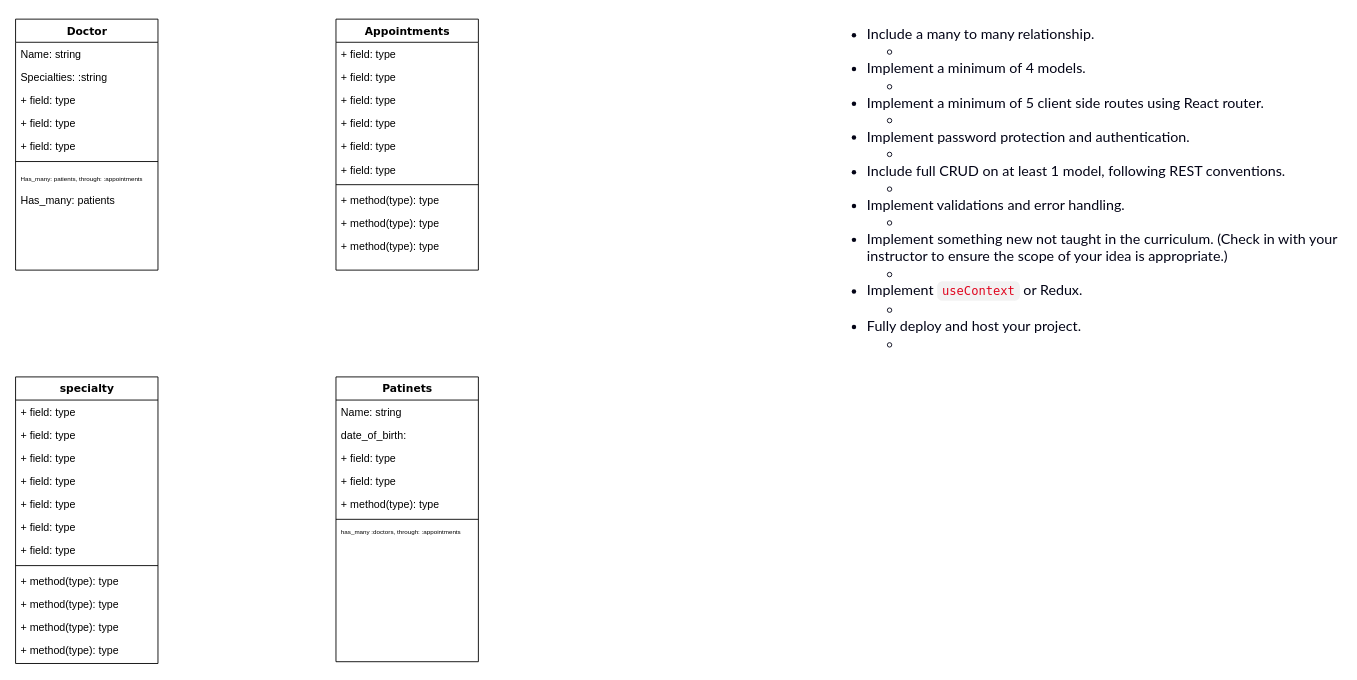
Before: page "Back End" (1 of 2) of Untitled Diagram.drawio in mendelr20/phase-5-project, a draw.io diagram. Source tidied: cells renumbered, new cells numbered last; positions are measured from the earlier drawing's top-left corner, leaving out a move shared by most shapes. Both pictures are drawn from the tidied source at 89%, with x=0, y=0 at pixel (15, 19).
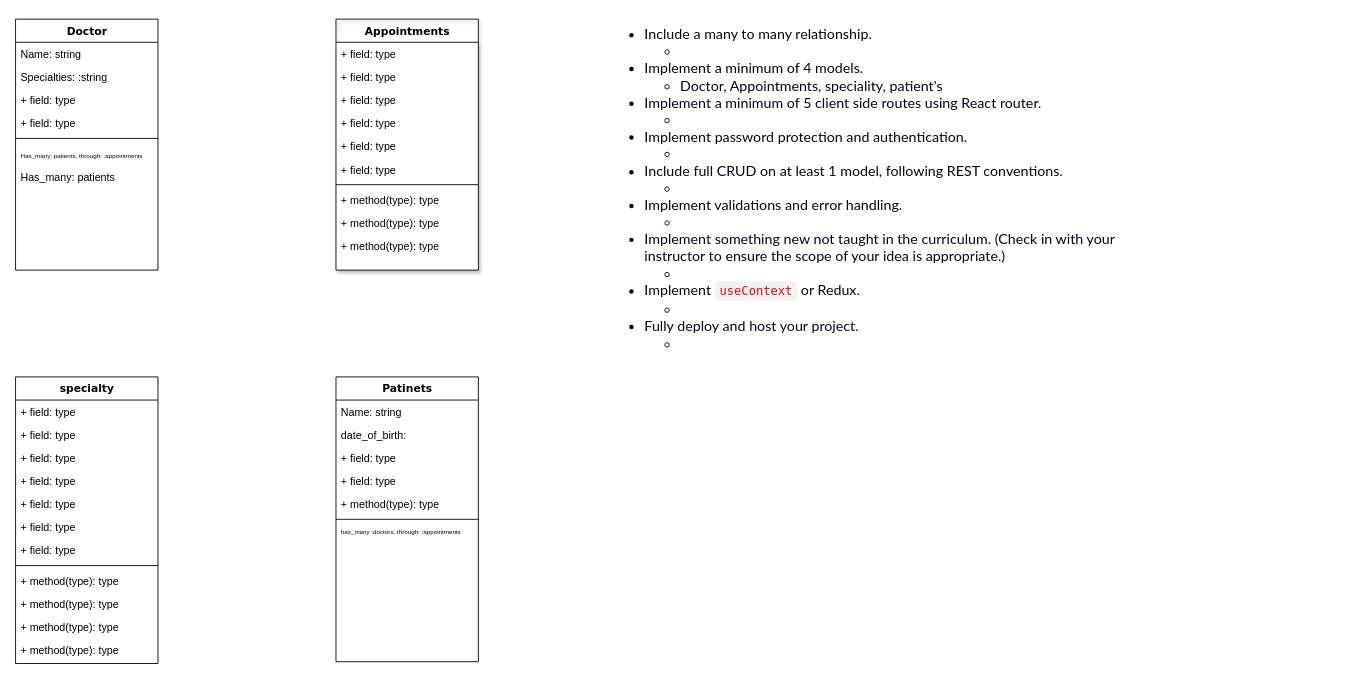
The same diagram, later.

The change refers to these unchanged cells:
```xml
<mxCell id="2" value="Doctor" style="swimlane;html=1;fontStyle=1;align=center;verticalAlign=top;horizontal=1;startSize=26;swimlaneFillColor=#ffffff;rounded=0;shadow=0;comic=0;labelBackgroundColor=none;strokeWidth=1;fillColor=none;fontFamily=Verdana;fontSize=12;" parent="1" vertex="1">
  <mxGeometry width="160" height="282" as="geometry" />
</mxCell>
```

Change to the diagram source:
```diff
@@
-    <mxCell id="5" value="+ field: type" style="text;html=1;strokeColor=none;fillColor=none;align=left;verticalAlign=top;spacingLeft=4;spacingRight=4;whiteSpace=wrap;overflow=hidden;" parent="2" vertex="1">
-      <mxGeometry y="78" width="160" height="26" as="geometry" />
-    </mxCell>
     <mxCell id="6" value="+ field: type" style="text;html=1;strokeColor=none;fillColor=none;align=left;verticalAlign=top;spacingLeft=4;spacingRight=4;whiteSpace=wrap;overflow=hidden;" parent="2" vertex="1">
-      <mxGeometry y="104" width="160" height="26" as="geometry" />
+      <mxGeometry y="78" width="160" height="26" as="geometry" />
     </mxCell>
     <mxCell id="7" value="+ field: type" style="text;html=1;strokeColor=none;fillColor=none;align=left;verticalAlign=top;spacingLeft=4;spacingRight=4;whiteSpace=wrap;overflow=hidden;" parent="2" vertex="1">
-      <mxGeometry y="130" width="160" height="26" as="geometry" />
+      <mxGeometry y="104" width="160" height="26" as="geometry" />
     </mxCell>
     <mxCell id="8" style="line;html=1;strokeWidth=1;fillColor=none;align=left;verticalAlign=middle;spacingTop=-1;spacingLeft=3;spacingRight=3;labelPosition=right;" parent="2" vertex="1">
-      <mxGeometry y="156" width="160" height="8" as="geometry" />
+      <mxGeometry y="130" width="160" height="8" as="geometry" />
     </mxCell>
     <mxCell id="9" value="&lt;font style=&quot;font-size: 7px;&quot;&gt;Has_many:&amp;nbsp;patients, through: :appointments&lt;/font&gt;" style="text;html=1;strokeColor=none;fillColor=none;align=left;verticalAlign=top;spacingLeft=4;spacingRight=4;whiteSpace=wrap;overflow=hidden;" parent="2" vertex="1">
-      <mxGeometry y="164" width="160" height="26" as="geometry" />
+      <mxGeometry y="138" width="160" height="26" as="geometry" />
     </mxCell>
     <mxCell id="10" value="Has_many: patients" style="text;html=1;strokeColor=none;fillColor=none;align=left;verticalAlign=top;spacingLeft=4;spacingRight=4;whiteSpace=wrap;overflow=hidden;" parent="2" vertex="1">
-      <mxGeometry y="190" width="160" height="26" as="geometry" />
+      <mxGeometry y="164" width="160" height="26" as="geometry" />
     </mxCell>
-    <mxCell id="11" value="Appointments" style="swimlane;html=1;fontStyle=1;align=center;verticalAlign=top;horizontal=1;startSize=26;swimlaneFillColor=#ffffff;rounded=0;shadow=0;comic=0;labelBackgroundColor=none;strokeWidth=1;fillColor=none;fontFamily=Verdana;fontSize=12;" parent="1" vertex="1">
+    <mxCell id="11" value="Appointments" style="swimlane;html=1;fontStyle=1;align=center;verticalAlign=top;horizontal=1;startSize=26;swimlaneFillColor=#ffffff;rounded=0;shadow=1;comic=0;labelBackgroundColor=none;strokeWidth=1;fillColor=none;fontFamily=Verdana;fontSize=12;" parent="1" vertex="1">
       <mxGeometry x="360" width="160" height="282" as="geometry" />
     </mxCell>
@@
-    <mxCell id="43" value="&lt;ul style=&quot;padding: 0px; margin: 0px 0px 6px 25px; color: rgb(3, 4, 22); font-family: &amp;quot;Lato Extended&amp;quot;, Lato, &amp;quot;Helvetica Neue&amp;quot;, Helvetica, Arial, sans-serif; font-size: 16px; font-style: normal; font-variant-ligatures: normal; font-variant-caps: normal; font-weight: 400; letter-spacing: normal; orphans: 2; text-align: start; text-indent: 0px; text-transform: none; widows: 2; word-spacing: 0px; -webkit-text-stroke-width: 0px; background-color: rgb(255, 255, 255); text-decoration-thickness: initial; text-decoration-style: initial; text-decoration-color: initial;&quot;&gt;&lt;li&gt;Include a many to many relationship.&lt;/li&gt;&lt;ul&gt;&lt;li&gt;&lt;br&gt;&lt;/li&gt;&lt;/ul&gt;&lt;li&gt;Implement a minimum of 4 models.&lt;/li&gt;&lt;ul&gt;&lt;li&gt;&lt;br&gt;&lt;/li&gt;&lt;/ul&gt;&lt;li&gt;Implement a minimum of 5 client side routes using React router.&lt;/li&gt;&lt;ul&gt;&lt;li&gt;&lt;br&gt;&lt;/li&gt;&lt;/ul&gt;&lt;li&gt;Implement password protection and authentication.&lt;/li&gt;&lt;ul&gt;&lt;li&gt;&lt;br&gt;&lt;/li&gt;&lt;/ul&gt;&lt;li&gt;Include full CRUD on at least 1 model, following REST conventions.&lt;/li&gt;&lt;ul&gt;&lt;li&gt;&lt;br&gt;&lt;/li&gt;&lt;/ul&gt;&lt;li&gt;Implement validations and error handling.&lt;/li&gt;&lt;ul&gt;&lt;li&gt;&lt;br&gt;&lt;/li&gt;&lt;/ul&gt;&lt;li&gt;Implement something new not taught in the curriculum. (Check in with your instructor to ensure the scope of your idea is appropriate.)&lt;/li&gt;&lt;ul&gt;&lt;li&gt;&lt;br&gt;&lt;/li&gt;&lt;/ul&gt;&lt;li&gt;Implement&lt;span&gt;&amp;nbsp;&lt;/span&gt;&lt;code style=&quot;font-family: Monaco, Menlo, Consolas, &amp;quot;Courier New&amp;quot;, monospace; font-size: 13.6px; border-radius: 6px; background-color: rgba(222, 222, 222, 0.4); border: none; padding: 0.2em 0.4em; color: rgb(224, 6, 31); line-height: 1.5;&quot;&gt;useContext&lt;/code&gt;&lt;span&gt;&amp;nbsp;&lt;/span&gt;or Redux.&lt;/li&gt;&lt;ul&gt;&lt;li&gt;&lt;br&gt;&lt;/li&gt;&lt;/ul&gt;&lt;li&gt;Fully deploy and host your project.&lt;/li&gt;&lt;ul&gt;&lt;li&gt;&lt;br&gt;&lt;/li&gt;&lt;/ul&gt;&lt;/ul&gt;" style="text;whiteSpace=wrap;html=1;" parent="1" vertex="1">
-      <mxGeometry x="930" width="560" height="220" as="geometry" />
+    <mxCell id="43" value="&lt;ul style=&quot;padding: 0px; margin: 0px 0px 6px 25px; color: rgb(3, 4, 22); font-family: &amp;quot;Lato Extended&amp;quot;, Lato, &amp;quot;Helvetica Neue&amp;quot;, Helvetica, Arial, sans-serif; font-size: 16px; font-style: normal; font-variant-ligatures: normal; font-variant-caps: normal; font-weight: 400; letter-spacing: normal; orphans: 2; text-align: start; text-indent: 0px; text-transform: none; widows: 2; word-spacing: 0px; -webkit-text-stroke-width: 0px; background-color: rgb(255, 255, 255); text-decoration-thickness: initial; text-decoration-style: initial; text-decoration-color: initial;&quot;&gt;&lt;li&gt;Include a many to many relationship.&lt;/li&gt;&lt;ul&gt;&lt;li&gt;&lt;br&gt;&lt;/li&gt;&lt;/ul&gt;&lt;li&gt;Implement a minimum of 4 models.&lt;/li&gt;&lt;ul&gt;&lt;li&gt;Doctor, Appointments, speciality, patient's&lt;/li&gt;&lt;/ul&gt;&lt;li&gt;Implement a minimum of 5 client side routes using React router.&lt;/li&gt;&lt;ul&gt;&lt;li&gt;&lt;br&gt;&lt;/li&gt;&lt;/ul&gt;&lt;li&gt;Implement password protection and authentication.&lt;/li&gt;&lt;ul&gt;&lt;li&gt;&lt;br&gt;&lt;/li&gt;&lt;/ul&gt;&lt;li&gt;Include full CRUD on at least 1 model, following REST conventions.&lt;/li&gt;&lt;ul&gt;&lt;li&gt;&lt;br&gt;&lt;/li&gt;&lt;/ul&gt;&lt;li&gt;Implement validations and error handling.&lt;/li&gt;&lt;ul&gt;&lt;li&gt;&lt;br&gt;&lt;/li&gt;&lt;/ul&gt;&lt;li&gt;Implement something new not taught in the curriculum. (Check in with your instructor to ensure the scope of your idea is appropriate.)&lt;/li&gt;&lt;ul&gt;&lt;li&gt;&lt;br&gt;&lt;/li&gt;&lt;/ul&gt;&lt;li&gt;Implement&lt;span&gt;&amp;nbsp;&lt;/span&gt;&lt;code style=&quot;font-family: Monaco, Menlo, Consolas, &amp;quot;Courier New&amp;quot;, monospace; font-size: 13.6px; border-radius: 6px; background-color: rgba(222, 222, 222, 0.4); border: none; padding: 0.2em 0.4em; color: rgb(224, 6, 31); line-height: 1.5;&quot;&gt;useContext&lt;/code&gt;&lt;span&gt;&amp;nbsp;&lt;/span&gt;or Redux.&lt;/li&gt;&lt;ul&gt;&lt;li&gt;&lt;br&gt;&lt;/li&gt;&lt;/ul&gt;&lt;li&gt;Fully deploy and host your project.&lt;/li&gt;&lt;ul&gt;&lt;li&gt;&lt;br&gt;&lt;/li&gt;&lt;/ul&gt;&lt;/ul&gt;" style="text;whiteSpace=wrap;html=1;" parent="1" vertex="1">
+      <mxGeometry x="680" width="560" height="220" as="geometry" />
     </mxCell>
```
